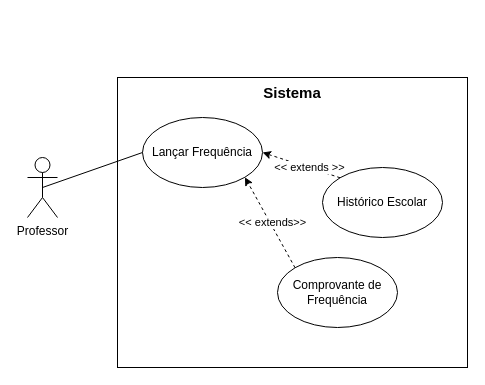
Before: Requisito-08.drawio in LizReis/An-lise-de-Sistemas, a draw.io diagram. Source tidied: cells renumbered, new cells numbered last; positions are measured from the earlier drawing's top-left corner, leaving out a move shared by most shapes. Both pictures are drawn from the tidied source at 100%, with x=0, y=0 at pixel (27, 77).
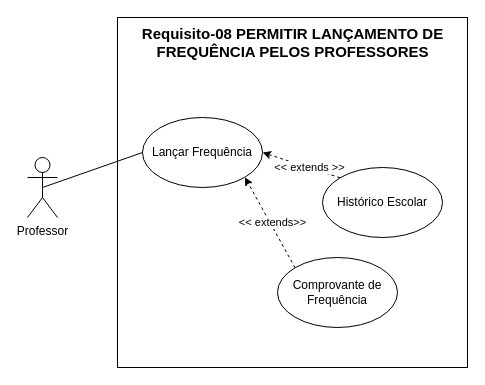
The same diagram, later.

The edit, as a diff of the source:
```diff
@@
 <mxGraphModel>
   <root>
     <mxCell id="0" />
     <mxCell id="1" parent="0" />
     <mxCell id="2" value="Professor" style="shape=umlActor;verticalLabelPosition=bottom;verticalAlign=top;html=1;outlineConnect=0;" parent="1" vertex="1">
       <mxGeometry y="80" width="30" height="60" as="geometry" />
     </mxCell>
     <mxCell id="3" style="rounded=0;whiteSpace=wrap;html=1;" parent="1" vertex="1">
-      <mxGeometry x="90" width="350" height="290" as="geometry" />
+      <mxGeometry x="90" y="-60" width="350" height="350" as="geometry" />
     </mxCell>
-    <mxCell id="4" value="&lt;b&gt;&lt;font style=&quot;font-size: 15px;&quot;&gt;Sistema&lt;/font&gt;&lt;/b&gt;" style="text;html=1;align=center;verticalAlign=middle;whiteSpace=wrap;rounded=0;" parent="1" vertex="1">
-      <mxGeometry x="235" width="60" height="30" as="geometry" />
+    <mxCell id="4" value="&lt;b&gt;&lt;font style=&quot;font-size: 15px;&quot;&gt;Requisito-08 PERMITIR LANÇAMENTO DE FREQUÊNCIA PELOS PROFESSORES&lt;/font&gt;&lt;/b&gt;" style="text;html=1;align=center;verticalAlign=middle;whiteSpace=wrap;rounded=0;" parent="1" vertex="1">
+      <mxGeometry x="102.5" y="-50" width="325" height="30" as="geometry" />
     </mxCell>
     <mxCell id="5" value="Lançar Frequência" style="ellipse;whiteSpace=wrap;html=1;" parent="1" vertex="1">
       <mxGeometry x="115" y="40" width="120" height="70" as="geometry" />
     </mxCell>
     <mxCell id="6" value="Histórico Escolar" style="ellipse;whiteSpace=wrap;html=1;" parent="1" vertex="1">
       <mxGeometry x="295" y="90" width="120" height="70" as="geometry" />
     </mxCell>
     <mxCell id="7" style="endArrow=none;html=1;rounded=0;exitX=0.5;exitY=0.5;exitDx=0;exitDy=0;exitPerimeter=0;entryX=0;entryY=0.5;entryDx=0;entryDy=0;" parent="1" edge="1" source="2" target="5">
       <mxGeometry relative="1" as="geometry" />
     </mxCell>
     <mxCell id="8" value="Comprovante de Frequência" style="ellipse;whiteSpace=wrap;html=1;" parent="1" vertex="1">
       <mxGeometry x="250" y="180" width="120" height="70" as="geometry" />
     </mxCell>
     <mxCell id="9" style="endArrow=classic;html=1;rounded=0;exitX=0;exitY=0;exitDx=0;exitDy=0;entryX=1;entryY=0.5;entryDx=0;entryDy=0;dashed=1;" parent="1" edge="1" source="6" target="5">
       <mxGeometry relative="1" as="geometry" />
     </mxCell>
     <mxCell id="10" value="&amp;lt;&amp;lt; extends &amp;gt;&amp;gt;" style="edgeLabel;html=1;align=center;verticalAlign=middle;" parent="9" vertex="1">
       <mxGeometry x="-0.18" y="-1" relative="1" as="geometry" />
     </mxCell>
     <mxCell id="11" style="endArrow=classic;html=1;rounded=0;exitX=0;exitY=0;exitDx=0;exitDy=0;entryX=1;entryY=1;entryDx=0;entryDy=0;dashed=1;" parent="1" edge="1" source="8" target="5">
       <mxGeometry relative="1" as="geometry" />
     </mxCell>
     <mxCell id="12" value="&amp;lt;&amp;lt; extends&amp;gt;&amp;gt;" style="edgeLabel;html=1;align=center;verticalAlign=middle;" parent="11" vertex="1">
       <mxGeometry x="-0.02" y="-2" relative="1" as="geometry" />
     </mxCell>
   </root>
 </mxGraphModel>
```
